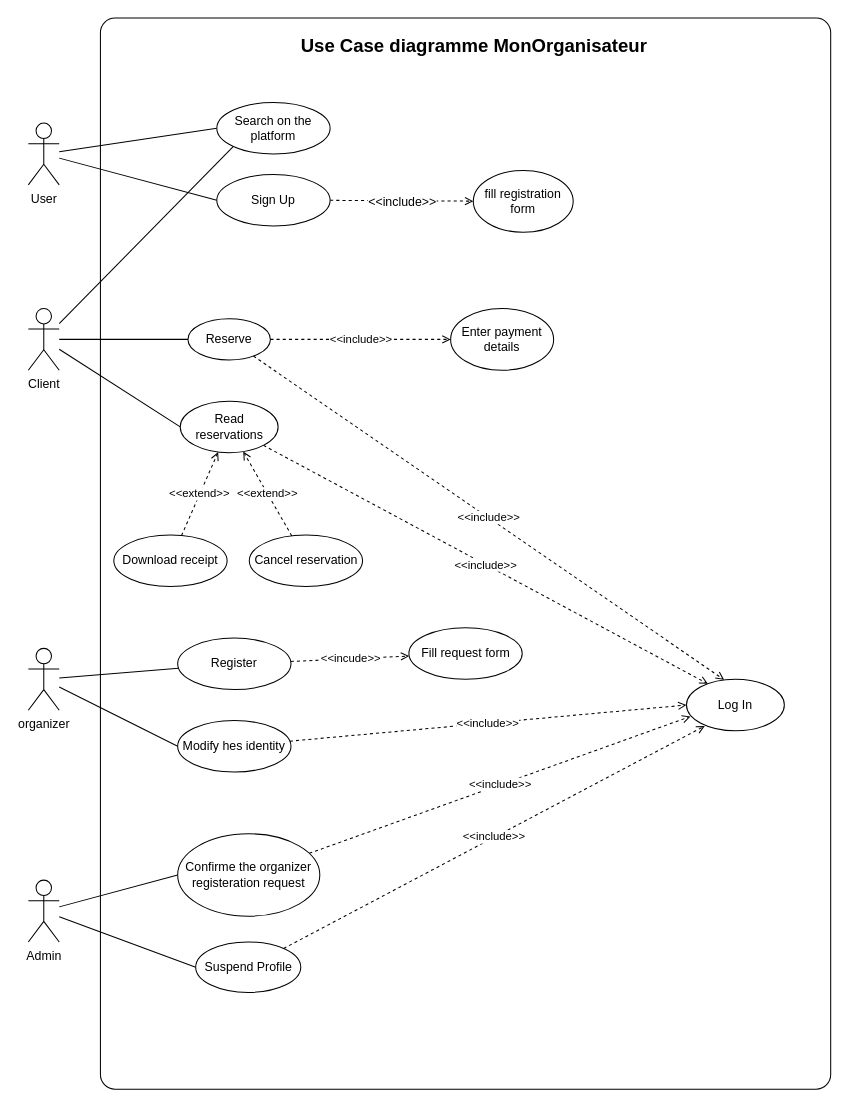
The draw.io diagram UML/Use_Case.drawio in daalimouhcine/Mon_Organisateur, before the edit. Source tidied: cells renumbered, new cells numbered last; positions are measured from the earlier drawing's top-left corner, leaving out a move shared by most shapes. Both pictures are drawn from the tidied source at 103%, with x=0, y=0 at pixel (28, 18).
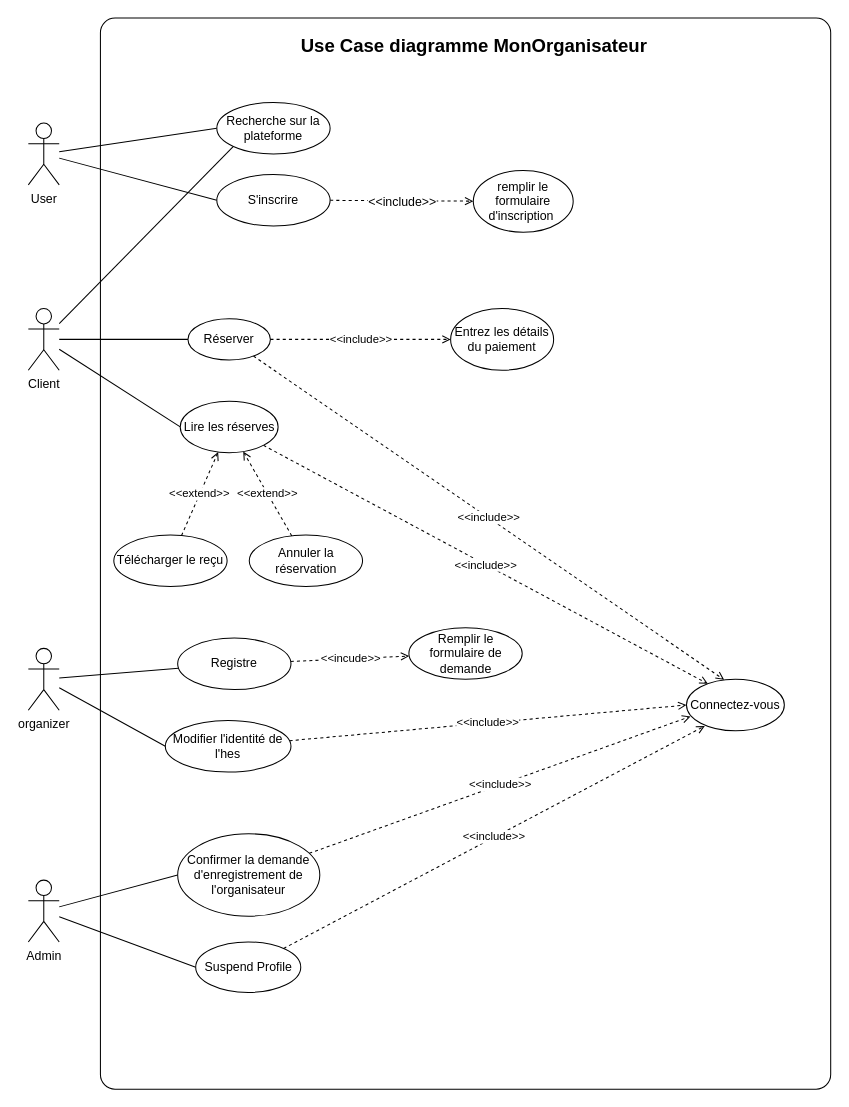
The same page after the edit.

Commit message:
translate the use case diagrame from english to fransh

Change to the diagram source:
```diff
@@
-    <mxCell id="12" value="Log In" style="ellipse;whiteSpace=wrap;html=1;" parent="1" vertex="1">
+    <mxCell id="12" value="Connectez-vous" style="ellipse;whiteSpace=wrap;html=1;" parent="1" vertex="1">
       <mxGeometry x="639" y="642" width="95" height="50" as="geometry" />
     </mxCell>
@@
-    <mxCell id="17" value="Reserve" style="ellipse;whiteSpace=wrap;html=1;" parent="1" vertex="1">
+    <mxCell id="17" value="Réserver" style="ellipse;whiteSpace=wrap;html=1;" parent="1" vertex="1">
       <mxGeometry x="155" y="292" width="80" height="40" as="geometry" />
     </mxCell>
@@
-    <mxCell id="19" value="Read reservations" style="ellipse;whiteSpace=wrap;html=1;" parent="1" vertex="1">
+    <mxCell id="19" value="Lire les réserves" style="ellipse;whiteSpace=wrap;html=1;" parent="1" vertex="1">
       <mxGeometry x="147.5" y="372" width="95" height="50" as="geometry" />
     </mxCell>
@@
-    <mxCell id="22" value="Confirme the organizer registeration request" style="ellipse;whiteSpace=wrap;html=1;" parent="1" vertex="1">
+    <mxCell id="22" value="Confirmer la demande d'enregistrement de l'organisateur" style="ellipse;whiteSpace=wrap;html=1;" parent="1" vertex="1">
       <mxGeometry x="145" y="792" width="138" height="80" as="geometry" />
     </mxCell>
@@
-    <mxCell id="25" value="Enter payment details" style="ellipse;whiteSpace=wrap;html=1;" parent="1" vertex="1">
+    <mxCell id="25" value="Entrez les détails du paiement" style="ellipse;whiteSpace=wrap;html=1;" parent="1" vertex="1">
       <mxGeometry x="410" y="282" width="100" height="60" as="geometry" />
     </mxCell>
@@
-    <mxCell id="30" value="Modify hes&amp;nbsp;identity" style="ellipse;whiteSpace=wrap;html=1;" parent="1" vertex="1">
-      <mxGeometry x="145" y="682" width="110" height="50" as="geometry" />
+    <mxCell id="30" value="Modifier l'identité de l'hes" style="ellipse;whiteSpace=wrap;html=1;" parent="1" vertex="1">
+      <mxGeometry x="133" y="682" width="122" height="50" as="geometry" />
     </mxCell>
@@
-    <mxCell id="32" value="Sign Up" style="ellipse;whiteSpace=wrap;html=1;" parent="1" vertex="1">
+    <mxCell id="32" value="S'inscrire" style="ellipse;whiteSpace=wrap;html=1;" parent="1" vertex="1">
       <mxGeometry x="183" y="152" width="110" height="50" as="geometry" />
     </mxCell>
@@
-    <mxCell id="34" value="&lt;span class=&quot;VIiyi&quot; lang=&quot;en&quot;&gt;Download receipt&lt;/span&gt;" style="ellipse;whiteSpace=wrap;html=1;" parent="1" vertex="1">
+    <mxCell id="34" value="&lt;span class=&quot;VIiyi&quot; lang=&quot;en&quot;&gt;Télécharger le reçu&lt;/span&gt;" style="ellipse;whiteSpace=wrap;html=1;" parent="1" vertex="1">
       <mxGeometry x="83" y="502" width="110" height="50" as="geometry" />
     </mxCell>
@@
-    <mxCell id="36" value="Register" style="ellipse;whiteSpace=wrap;html=1;" parent="1" vertex="1">
+    <mxCell id="36" value="Registre" style="ellipse;whiteSpace=wrap;html=1;" parent="1" vertex="1">
       <mxGeometry x="145" y="602" width="110" height="50" as="geometry" />
     </mxCell>
-    <mxCell id="37" value="Fill request form" style="ellipse;whiteSpace=wrap;html=1;" parent="1" vertex="1">
+    <mxCell id="37" value="Remplir le formulaire de demande" style="ellipse;whiteSpace=wrap;html=1;" parent="1" vertex="1">
       <mxGeometry x="369.5" y="592" width="110" height="50" as="geometry" />
     </mxCell>
-    <mxCell id="38" value="Search on the platform" style="ellipse;whiteSpace=wrap;html=1;" parent="1" vertex="1">
+    <mxCell id="38" value="Recherche sur la plateforme" style="ellipse;whiteSpace=wrap;html=1;" parent="1" vertex="1">
       <mxGeometry x="183" y="82" width="110" height="50" as="geometry" />
     </mxCell>
@@
-    <mxCell id="40" value="Cancel reservation" style="ellipse;whiteSpace=wrap;html=1;" parent="1" vertex="1">
+    <mxCell id="40" value="Annuler la réservation" style="ellipse;whiteSpace=wrap;html=1;" parent="1" vertex="1">
       <mxGeometry x="214.5" y="502" width="110" height="50" as="geometry" />
     </mxCell>
@@
-    <mxCell id="42" value="fill registration form" style="ellipse;whiteSpace=wrap;html=1;" parent="1" vertex="1">
+    <mxCell id="42" value="remplir le formulaire d'inscription&amp;nbsp;" style="ellipse;whiteSpace=wrap;html=1;" parent="1" vertex="1">
       <mxGeometry x="432" y="148" width="97" height="60" as="geometry" />
     </mxCell>
```
